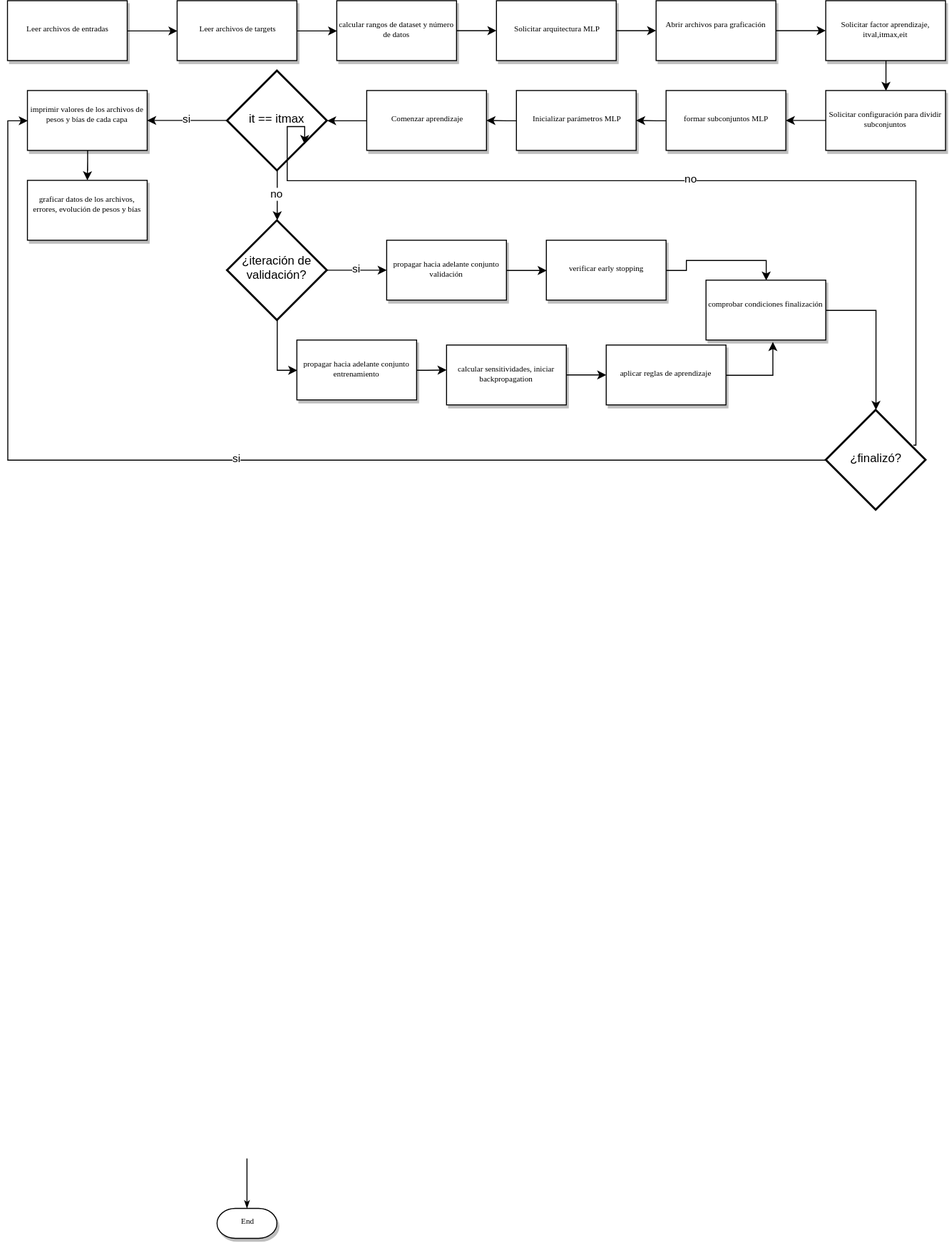
Above: pracs/5/diagram.svg in JorgeReus/NeuralNetworks (draw.io), before the change. Source tidied: cells renumbered, new cells last; positions are measured from the earlier drawing's top-left corner, leaving out a move shared by most shapes. The source it was exported from:
```xml
<mxGraphModel background="#ffffff">
  <root>
    <mxCell id="0" />
    <mxCell id="1" parent="0" />
    <mxCell id="2" style="edgeStyle=orthogonalEdgeStyle;rounded=0;html=1;entryX=0;entryY=0.5;jettySize=auto;" parent="1" edge="1" source="3" target="7">
      <mxGeometry relative="1" as="geometry" />
    </mxCell>
    <mxCell id="3" value="Leer archivos de entradas" style="rounded=0;whiteSpace=wrap;html=1;shadow=1;labelBackgroundColor=none;strokeColor=#000000;strokeWidth=1;fillColor=#ffffff;fontFamily=Verdana;fontSize=8;fontColor=#000000;align=center;" parent="1" vertex="1">
      <mxGeometry width="120" height="60" as="geometry" />
    </mxCell>
    <mxCell id="4" style="edgeStyle=orthogonalEdgeStyle;rounded=0;html=1;labelBackgroundColor=none;startSize=5;endArrow=classicThin;endFill=1;endSize=5;jettySize=auto;strokeColor=#000000;strokeWidth=1;fontFamily=Verdana;fontSize=8;fontColor=#000000;" parent="1" edge="1" target="5">
      <mxGeometry relative="1" as="geometry">
        <mxPoint x="240" y="1160" as="sourcePoint" />
      </mxGeometry>
    </mxCell>
    <mxCell id="5" value="End" style="strokeWidth=1;html=1;shape=mxgraph.flowchart.terminator;whiteSpace=wrap;rounded=0;shadow=1;labelBackgroundColor=none;fillColor=#ffffff;fontFamily=Verdana;fontSize=8;fontColor=#000000;align=center;" parent="1" vertex="1">
      <mxGeometry x="210" y="1210" width="60" height="30" as="geometry" />
    </mxCell>
    <mxCell id="6" style="edgeStyle=orthogonalEdgeStyle;rounded=0;html=1;entryX=0;entryY=0.5;jettySize=auto;" parent="1" edge="1" source="7" target="9">
      <mxGeometry relative="1" as="geometry" />
    </mxCell>
    <mxCell id="7" value="Leer archivos de targets" style="rounded=0;whiteSpace=wrap;html=1;shadow=1;labelBackgroundColor=none;strokeColor=#000000;strokeWidth=1;fillColor=#ffffff;fontFamily=Verdana;fontSize=8;fontColor=#000000;align=center;" parent="1" vertex="1">
      <mxGeometry x="170" width="120" height="60" as="geometry" />
    </mxCell>
    <mxCell id="8" style="edgeStyle=orthogonalEdgeStyle;rounded=0;html=1;jettySize=auto;" parent="1" edge="1" source="9">
      <mxGeometry relative="1" as="geometry">
        <mxPoint x="490" y="30" as="targetPoint" />
      </mxGeometry>
    </mxCell>
    <mxCell id="9" value="calcular rangos de dataset y número de datos" style="rounded=0;whiteSpace=wrap;html=1;shadow=1;labelBackgroundColor=none;strokeColor=#000000;strokeWidth=1;fillColor=#ffffff;fontFamily=Verdana;fontSize=8;fontColor=#000000;align=center;" parent="1" vertex="1">
      <mxGeometry x="330" width="120" height="60" as="geometry" />
    </mxCell>
    <mxCell id="10" style="edgeStyle=orthogonalEdgeStyle;rounded=0;html=1;jettySize=auto;" parent="1" edge="1" source="11">
      <mxGeometry relative="1" as="geometry">
        <mxPoint x="650" y="30" as="targetPoint" />
      </mxGeometry>
    </mxCell>
    <mxCell id="11" value="Solicitar arquitectura MLP" style="rounded=0;whiteSpace=wrap;html=1;shadow=1;labelBackgroundColor=none;strokeColor=#000000;strokeWidth=1;fillColor=#ffffff;fontFamily=Verdana;fontSize=8;fontColor=#000000;align=center;" parent="1" vertex="1">
      <mxGeometry x="490" width="120" height="60" as="geometry" />
    </mxCell>
    <mxCell id="12" style="edgeStyle=orthogonalEdgeStyle;rounded=0;html=1;jettySize=auto;" parent="1" edge="1" source="13">
      <mxGeometry relative="1" as="geometry">
        <mxPoint x="820" y="30" as="targetPoint" />
      </mxGeometry>
    </mxCell>
    <mxCell id="13" value="Abrir archivos para graficación" style="rounded=0;whiteSpace=wrap;html=1;shadow=1;labelBackgroundColor=none;strokeColor=#000000;strokeWidth=1;fillColor=#ffffff;fontFamily=Verdana;fontSize=8;fontColor=#000000;align=center;" parent="1" vertex="1">
      <mxGeometry x="650" width="120" height="60" as="geometry" />
    </mxCell>
    <mxCell id="14" style="edgeStyle=orthogonalEdgeStyle;rounded=0;html=1;entryX=0.5;entryY=0;jettySize=auto;" parent="1" edge="1" source="15" target="17">
      <mxGeometry relative="1" as="geometry" />
    </mxCell>
    <mxCell id="15" value="Solicitar factor aprendizaje, itval,itmax,eit" style="rounded=0;whiteSpace=wrap;html=1;shadow=1;labelBackgroundColor=none;strokeColor=#000000;strokeWidth=1;fillColor=#ffffff;fontFamily=Verdana;fontSize=8;fontColor=#000000;align=center;" parent="1" vertex="1">
      <mxGeometry x="820" width="120" height="60" as="geometry" />
    </mxCell>
    <mxCell id="16" style="edgeStyle=orthogonalEdgeStyle;rounded=0;html=1;jettySize=auto;" parent="1" edge="1" source="17">
      <mxGeometry relative="1" as="geometry">
        <mxPoint x="780" y="120" as="targetPoint" />
      </mxGeometry>
    </mxCell>
    <mxCell id="17" value="Solicitar configuración para dividir subconjuntos" style="rounded=0;whiteSpace=wrap;html=1;shadow=1;labelBackgroundColor=none;strokeColor=#000000;strokeWidth=1;fillColor=#ffffff;fontFamily=Verdana;fontSize=8;fontColor=#000000;align=center;" parent="1" vertex="1">
      <mxGeometry x="820" y="90" width="120" height="60" as="geometry" />
    </mxCell>
    <mxCell id="18" style="edgeStyle=orthogonalEdgeStyle;rounded=0;html=1;jettySize=auto;" parent="1" edge="1" source="19">
      <mxGeometry relative="1" as="geometry">
        <mxPoint x="630" y="120" as="targetPoint" />
      </mxGeometry>
    </mxCell>
    <mxCell id="19" value="formar subconjuntos MLP" style="rounded=0;whiteSpace=wrap;html=1;shadow=1;labelBackgroundColor=none;strokeColor=#000000;strokeWidth=1;fillColor=#ffffff;fontFamily=Verdana;fontSize=8;fontColor=#000000;align=center;" parent="1" vertex="1">
      <mxGeometry x="660" y="90" width="120" height="60" as="geometry" />
    </mxCell>
    <mxCell id="20" style="edgeStyle=orthogonalEdgeStyle;rounded=0;html=1;jettySize=auto;" parent="1" edge="1" source="21">
      <mxGeometry relative="1" as="geometry">
        <mxPoint x="480" y="120" as="targetPoint" />
      </mxGeometry>
    </mxCell>
    <mxCell id="21" value="Inicializar parámetros MLP" style="rounded=0;whiteSpace=wrap;html=1;shadow=1;labelBackgroundColor=none;strokeColor=#000000;strokeWidth=1;fillColor=#ffffff;fontFamily=Verdana;fontSize=8;fontColor=#000000;align=center;" parent="1" vertex="1">
      <mxGeometry x="510" y="90" width="120" height="60" as="geometry" />
    </mxCell>
    <mxCell id="22" style="edgeStyle=orthogonalEdgeStyle;rounded=0;html=1;entryX=1;entryY=0.5;entryPerimeter=0;jettySize=auto;" parent="1" edge="1" source="23" target="26">
      <mxGeometry relative="1" as="geometry" />
    </mxCell>
    <mxCell id="23" value="Comenzar aprendizaje" style="rounded=0;whiteSpace=wrap;html=1;shadow=1;labelBackgroundColor=none;strokeColor=#000000;strokeWidth=1;fillColor=#ffffff;fontFamily=Verdana;fontSize=8;fontColor=#000000;align=center;" parent="1" vertex="1">
      <mxGeometry x="360" y="90" width="120" height="60" as="geometry" />
    </mxCell>
    <mxCell id="24" value="si" style="edgeStyle=orthogonalEdgeStyle;rounded=0;html=1;jettySize=auto;" parent="1" edge="1" source="26">
      <mxGeometry relative="1" as="geometry">
        <mxPoint x="140" y="120" as="targetPoint" />
      </mxGeometry>
    </mxCell>
    <mxCell id="25" value="no" style="edgeStyle=orthogonalEdgeStyle;rounded=0;html=1;exitX=0.5;exitY=1;exitPerimeter=0;jettySize=auto;" parent="1" edge="1" source="26">
      <mxGeometry relative="1" as="geometry">
        <mxPoint x="270.3" y="220" as="targetPoint" />
      </mxGeometry>
    </mxCell>
    <mxCell id="26" value="it == itmax" style="strokeWidth=2;html=1;shape=mxgraph.flowchart.decision;whiteSpace=wrap;" parent="1" vertex="1">
      <mxGeometry x="220" y="70" width="100" height="100" as="geometry" />
    </mxCell>
    <mxCell id="27" style="edgeStyle=orthogonalEdgeStyle;rounded=0;html=1;jettySize=auto;" parent="1" edge="1" source="28">
      <mxGeometry relative="1" as="geometry">
        <mxPoint x="80" y="180" as="targetPoint" />
      </mxGeometry>
    </mxCell>
    <mxCell id="28" value="imprimir valores de los archivos de pesos y bías de cada capa" style="rounded=0;whiteSpace=wrap;html=1;shadow=1;labelBackgroundColor=none;strokeColor=#000000;strokeWidth=1;fillColor=#ffffff;fontFamily=Verdana;fontSize=8;fontColor=#000000;align=center;" parent="1" vertex="1">
      <mxGeometry x="20" y="90" width="120" height="60" as="geometry" />
    </mxCell>
    <mxCell id="29" value="graficar datos de los archivos, errores, evolución de pesos y bías" style="rounded=0;whiteSpace=wrap;html=1;shadow=1;labelBackgroundColor=none;strokeColor=#000000;strokeWidth=1;fillColor=#ffffff;fontFamily=Verdana;fontSize=8;fontColor=#000000;align=center;" parent="1" vertex="1">
      <mxGeometry x="20" y="180" width="120" height="60" as="geometry" />
    </mxCell>
    <mxCell id="30" value="si" style="edgeStyle=orthogonalEdgeStyle;rounded=0;html=1;jettySize=auto;" parent="1" edge="1" source="32">
      <mxGeometry relative="1" as="geometry">
        <mxPoint x="380" y="270" as="targetPoint" />
      </mxGeometry>
    </mxCell>
    <mxCell id="31" style="edgeStyle=orthogonalEdgeStyle;rounded=0;html=1;jettySize=auto;entryX=0;entryY=0.5;" parent="1" edge="1" source="32" target="38">
      <mxGeometry relative="1" as="geometry" />
    </mxCell>
    <mxCell id="32" value="¿iteración de validación?" style="strokeWidth=2;html=1;shape=mxgraph.flowchart.decision;whiteSpace=wrap;" parent="1" vertex="1">
      <mxGeometry x="220" y="220" width="100" height="100" as="geometry" />
    </mxCell>
    <mxCell id="33" style="edgeStyle=orthogonalEdgeStyle;rounded=0;html=1;entryX=0;entryY=0.5;jettySize=auto;" parent="1" edge="1" source="34" target="36">
      <mxGeometry relative="1" as="geometry" />
    </mxCell>
    <mxCell id="34" value="propagar hacia adelante conjunto validación" style="rounded=0;whiteSpace=wrap;html=1;shadow=1;labelBackgroundColor=none;strokeColor=#000000;strokeWidth=1;fillColor=#ffffff;fontFamily=Verdana;fontSize=8;fontColor=#000000;align=center;" parent="1" vertex="1">
      <mxGeometry x="380" y="240" width="120" height="60" as="geometry" />
    </mxCell>
    <mxCell id="35" style="edgeStyle=orthogonalEdgeStyle;rounded=0;html=1;entryX=0.5;entryY=0;jettySize=auto;" parent="1" edge="1" source="36" target="44">
      <mxGeometry relative="1" as="geometry" />
    </mxCell>
    <mxCell id="36" value="verificar early stopping" style="rounded=0;whiteSpace=wrap;html=1;shadow=1;labelBackgroundColor=none;strokeColor=#000000;strokeWidth=1;fillColor=#ffffff;fontFamily=Verdana;fontSize=8;fontColor=#000000;align=center;" parent="1" vertex="1">
      <mxGeometry x="540" y="240" width="120" height="60" as="geometry" />
    </mxCell>
    <mxCell id="37" style="edgeStyle=orthogonalEdgeStyle;rounded=0;html=1;jettySize=auto;" parent="1" edge="1" source="38">
      <mxGeometry relative="1" as="geometry">
        <mxPoint x="440" y="370" as="targetPoint" />
      </mxGeometry>
    </mxCell>
    <mxCell id="38" value="propagar hacia adelante conjunto entrenamiento" style="rounded=0;whiteSpace=wrap;html=1;shadow=1;labelBackgroundColor=none;strokeColor=#000000;strokeWidth=1;fillColor=#ffffff;fontFamily=Verdana;fontSize=8;fontColor=#000000;align=center;" parent="1" vertex="1">
      <mxGeometry x="290" y="340" width="120" height="60" as="geometry" />
    </mxCell>
    <mxCell id="39" style="edgeStyle=orthogonalEdgeStyle;rounded=0;html=1;jettySize=auto;" parent="1" edge="1" source="40">
      <mxGeometry relative="1" as="geometry">
        <mxPoint x="600" y="375" as="targetPoint" />
      </mxGeometry>
    </mxCell>
    <mxCell id="40" value="calcular sensitividades, iniciar backpropagation" style="rounded=0;whiteSpace=wrap;html=1;shadow=1;labelBackgroundColor=none;strokeColor=#000000;strokeWidth=1;fillColor=#ffffff;fontFamily=Verdana;fontSize=8;fontColor=#000000;align=center;" parent="1" vertex="1">
      <mxGeometry x="440" y="345" width="120" height="60" as="geometry" />
    </mxCell>
    <mxCell id="41" style="edgeStyle=orthogonalEdgeStyle;rounded=0;html=1;entryX=0.558;entryY=1.033;entryPerimeter=0;jettySize=auto;exitX=1;exitY=0.5;" parent="1" edge="1" source="42" target="44">
      <mxGeometry relative="1" as="geometry" />
    </mxCell>
    <mxCell id="42" value="aplicar reglas de aprendizaje" style="rounded=0;whiteSpace=wrap;html=1;shadow=1;labelBackgroundColor=none;strokeColor=#000000;strokeWidth=1;fillColor=#ffffff;fontFamily=Verdana;fontSize=8;fontColor=#000000;align=center;" parent="1" vertex="1">
      <mxGeometry x="600" y="345" width="120" height="60" as="geometry" />
    </mxCell>
    <mxCell id="43" style="edgeStyle=orthogonalEdgeStyle;rounded=0;html=1;exitX=1;exitY=0.5;jettySize=auto;" parent="1" edge="1" source="44" target="47">
      <mxGeometry relative="1" as="geometry" />
    </mxCell>
    <mxCell id="44" value="comprobar condiciones finalización" style="rounded=0;whiteSpace=wrap;html=1;shadow=1;labelBackgroundColor=none;strokeColor=#000000;strokeWidth=1;fillColor=#ffffff;fontFamily=Verdana;fontSize=8;fontColor=#000000;align=center;" parent="1" vertex="1">
      <mxGeometry x="700" y="280" width="120" height="60" as="geometry" />
    </mxCell>
    <mxCell id="45" value="si" style="edgeStyle=orthogonalEdgeStyle;rounded=0;html=1;entryX=0;entryY=0.5;jettySize=auto;" parent="1" edge="1" source="47" target="28">
      <mxGeometry relative="1" as="geometry" />
    </mxCell>
    <mxCell id="46" value="no" style="edgeStyle=orthogonalEdgeStyle;rounded=0;html=1;jettySize=auto;entryX=0.778;entryY=0.737;entryPerimeter=0;exitX=0.878;exitY=0.353;exitPerimeter=0;" parent="1" edge="1" source="47" target="26">
      <mxGeometry relative="1" as="geometry">
        <Array as="points">
          <mxPoint x="910" y="445" />
          <mxPoint x="910" y="180" />
          <mxPoint x="280" y="180" />
          <mxPoint x="280" y="126" />
          <mxPoint x="298" y="126" />
        </Array>
      </mxGeometry>
    </mxCell>
    <mxCell id="47" value="¿finalizó?" style="strokeWidth=2;html=1;shape=mxgraph.flowchart.decision;whiteSpace=wrap;" parent="1" vertex="1">
      <mxGeometry x="820" y="410" width="100" height="100" as="geometry" />
    </mxCell>
  </root>
</mxGraphModel>
```
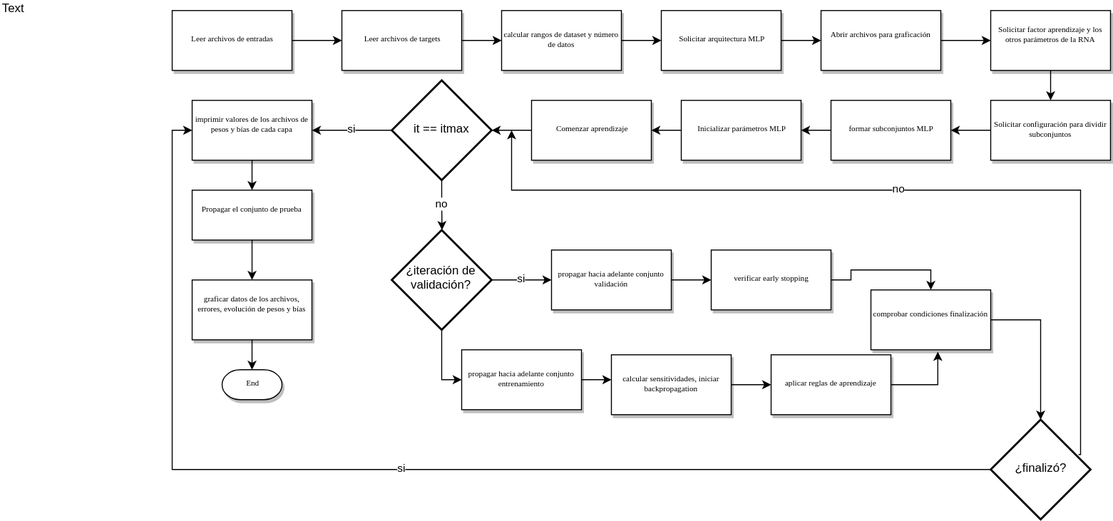
Later version of the same file.

Diff of the diagram source:
```diff
@@ -8,13 +8,8 @@
     <mxCell id="3" value="Leer archivos de entradas" style="rounded=0;whiteSpace=wrap;html=1;shadow=1;labelBackgroundColor=none;strokeColor=#000000;strokeWidth=1;fillColor=#ffffff;fontFamily=Verdana;fontSize=8;fontColor=#000000;align=center;" parent="1" vertex="1">
       <mxGeometry width="120" height="60" as="geometry" />
     </mxCell>
-    <mxCell id="4" style="edgeStyle=orthogonalEdgeStyle;rounded=0;html=1;labelBackgroundColor=none;startSize=5;endArrow=classicThin;endFill=1;endSize=5;jettySize=auto;strokeColor=#000000;strokeWidth=1;fontFamily=Verdana;fontSize=8;fontColor=#000000;" parent="1" edge="1" target="5">
-      <mxGeometry relative="1" as="geometry">
-        <mxPoint x="240" y="1160" as="sourcePoint" />
-      </mxGeometry>
-    </mxCell>
     <mxCell id="5" value="End" style="strokeWidth=1;html=1;shape=mxgraph.flowchart.terminator;whiteSpace=wrap;rounded=0;shadow=1;labelBackgroundColor=none;fillColor=#ffffff;fontFamily=Verdana;fontSize=8;fontColor=#000000;align=center;" parent="1" vertex="1">
-      <mxGeometry x="210" y="1210" width="60" height="30" as="geometry" />
+      <mxGeometry x="50" y="360" width="60" height="30" as="geometry" />
     </mxCell>
     <mxCell id="6" style="edgeStyle=orthogonalEdgeStyle;rounded=0;html=1;entryX=0;entryY=0.5;jettySize=auto;" parent="1" edge="1" source="7" target="9">
       <mxGeometry relative="1" as="geometry" />
@@ -49,7 +44,7 @@
     <mxCell id="14" style="edgeStyle=orthogonalEdgeStyle;rounded=0;html=1;entryX=0.5;entryY=0;jettySize=auto;" parent="1" edge="1" source="15" target="17">
       <mxGeometry relative="1" as="geometry" />
     </mxCell>
-    <mxCell id="15" value="Solicitar factor aprendizaje, itval,itmax,eit" style="rounded=0;whiteSpace=wrap;html=1;shadow=1;labelBackgroundColor=none;strokeColor=#000000;strokeWidth=1;fillColor=#ffffff;fontFamily=Verdana;fontSize=8;fontColor=#000000;align=center;" parent="1" vertex="1">
+    <mxCell id="15" value="Solicitar factor aprendizaje y los otros parámetros de la RNA" style="rounded=0;whiteSpace=wrap;html=1;shadow=1;labelBackgroundColor=none;strokeColor=#000000;strokeWidth=1;fillColor=#ffffff;fontFamily=Verdana;fontSize=8;fontColor=#000000;align=center;" parent="1" vertex="1">
       <mxGeometry x="820" width="120" height="60" as="geometry" />
     </mxCell>
     <mxCell id="16" style="edgeStyle=orthogonalEdgeStyle;rounded=0;html=1;jettySize=auto;" parent="1" edge="1" source="17">
@@ -103,8 +98,11 @@
     <mxCell id="28" value="imprimir valores de los archivos de pesos y bías de cada capa" style="rounded=0;whiteSpace=wrap;html=1;shadow=1;labelBackgroundColor=none;strokeColor=#000000;strokeWidth=1;fillColor=#ffffff;fontFamily=Verdana;fontSize=8;fontColor=#000000;align=center;" parent="1" vertex="1">
       <mxGeometry x="20" y="90" width="120" height="60" as="geometry" />
     </mxCell>
+    <mxCell id="48" style="edgeStyle=orthogonalEdgeStyle;rounded=0;html=1;entryX=0.5;entryY=0;entryPerimeter=0;jettySize=auto;" parent="1" edge="1" source="29" target="5">
+      <mxGeometry relative="1" as="geometry" />
+    </mxCell>
     <mxCell id="29" value="graficar datos de los archivos, errores, evolución de pesos y bías" style="rounded=0;whiteSpace=wrap;html=1;shadow=1;labelBackgroundColor=none;strokeColor=#000000;strokeWidth=1;fillColor=#ffffff;fontFamily=Verdana;fontSize=8;fontColor=#000000;align=center;" parent="1" vertex="1">
-      <mxGeometry x="20" y="180" width="120" height="60" as="geometry" />
+      <mxGeometry x="20" y="270" width="120" height="60" as="geometry" />
     </mxCell>
     <mxCell id="30" value="si" style="edgeStyle=orthogonalEdgeStyle;rounded=0;html=1;jettySize=auto;" parent="1" edge="1" source="32">
       <mxGeometry relative="1" as="geometry">
@@ -160,19 +158,27 @@
     <mxCell id="45" value="si" style="edgeStyle=orthogonalEdgeStyle;rounded=0;html=1;entryX=0;entryY=0.5;jettySize=auto;" parent="1" edge="1" source="47" target="28">
       <mxGeometry relative="1" as="geometry" />
     </mxCell>
-    <mxCell id="46" value="no" style="edgeStyle=orthogonalEdgeStyle;rounded=0;html=1;jettySize=auto;entryX=0.778;entryY=0.737;entryPerimeter=0;exitX=0.878;exitY=0.353;exitPerimeter=0;" parent="1" edge="1" source="47" target="26">
+    <mxCell id="46" value="no" style="edgeStyle=orthogonalEdgeStyle;rounded=0;html=1;jettySize=auto;exitX=0.878;exitY=0.353;exitPerimeter=0;" parent="1" edge="1" source="47">
       <mxGeometry relative="1" as="geometry">
+        <mxPoint x="340" y="120" as="targetPoint" />
         <Array as="points">
           <mxPoint x="910" y="445" />
           <mxPoint x="910" y="180" />
-          <mxPoint x="280" y="180" />
-          <mxPoint x="280" y="126" />
-          <mxPoint x="298" y="126" />
+          <mxPoint x="340" y="180" />
         </Array>
       </mxGeometry>
     </mxCell>
     <mxCell id="47" value="¿finalizó?" style="strokeWidth=2;html=1;shape=mxgraph.flowchart.decision;whiteSpace=wrap;" parent="1" vertex="1">
       <mxGeometry x="820" y="410" width="100" height="100" as="geometry" />
     </mxCell>
+    <mxCell id="49" style="edgeStyle=orthogonalEdgeStyle;rounded=0;html=1;entryX=0.5;entryY=0;jettySize=auto;" parent="1" edge="1" source="50" target="29">
+      <mxGeometry relative="1" as="geometry" />
+    </mxCell>
+    <mxCell id="50" value="Propagar el conjunto de prueba" style="rounded=0;whiteSpace=wrap;html=1;shadow=1;labelBackgroundColor=none;strokeColor=#000000;strokeWidth=1;fillColor=#ffffff;fontFamily=Verdana;fontSize=8;fontColor=#000000;align=center;" parent="1" vertex="1">
+      <mxGeometry x="20" y="180" width="120" height="50" as="geometry" />
+    </mxCell>
+    <mxCell id="51" value="Text" style="text;html=1;align=left;verticalAlign=top;spacingTop=-4;" parent="1" vertex="1">
+      <mxGeometry x="-172" y="-10" width="40" height="20" as="geometry" />
+    </mxCell>
   </root>
 </mxGraphModel>
```
